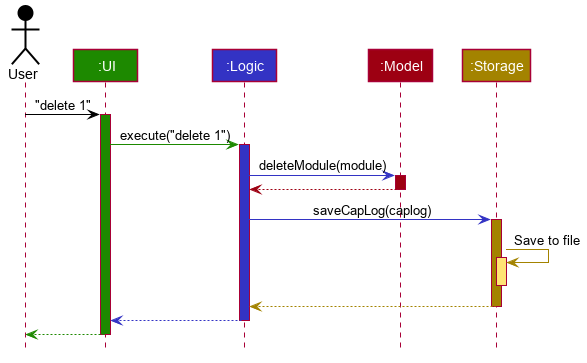
Before: docs/images/ArchitectureSequenceDiagram.png, a diagram exported from PlantUML (nus-cs2103-AY1920S1/addressbook-level3).
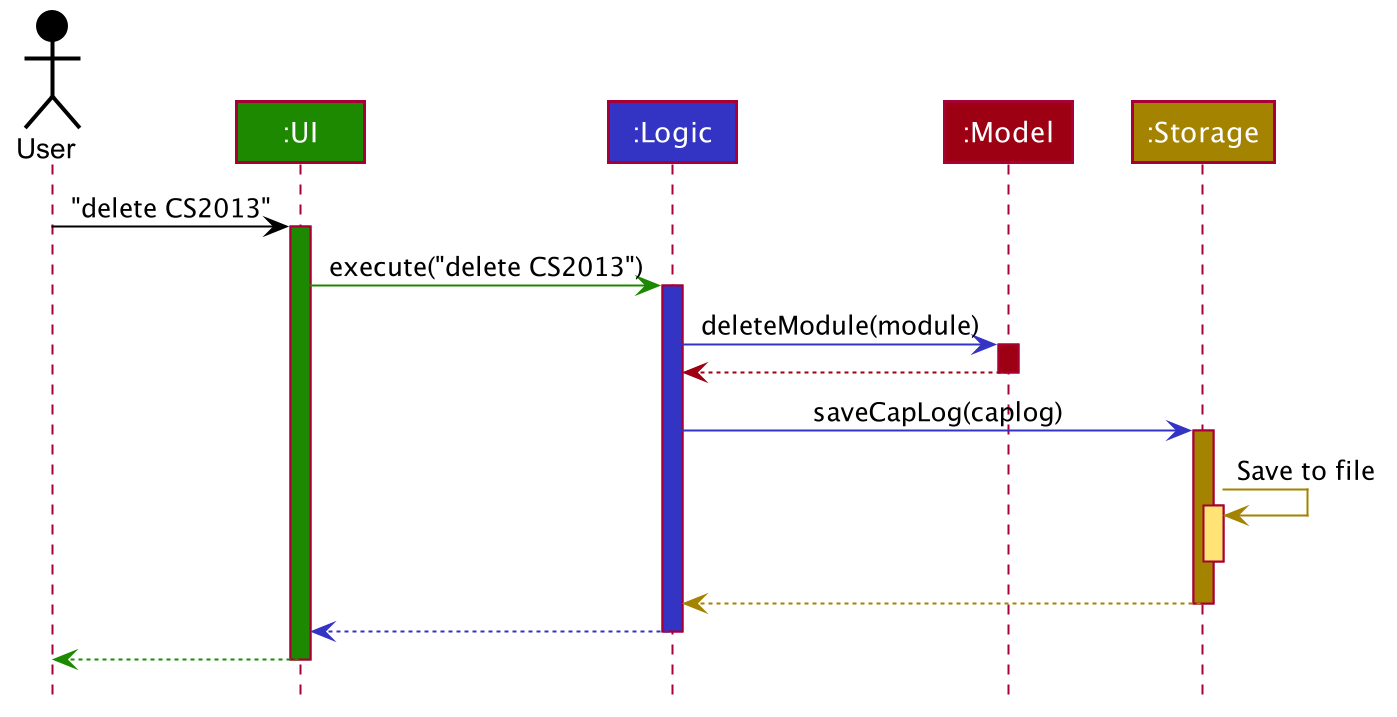
Above is the later version.

Change to the diagram source:
```diff
@@ -54,10 +54,10 @@
 Participant ":Model" as model #9D0012
 Participant ":Storage" as storage #A38300
 
-user -[#000000]> ui : "delete 1"
+user -[#000000]> ui : "delete CS2013"
 activate ui #1D8900
 
-ui -[#1D8900]> logic : execute("delete 1")
+ui -[#1D8900]> logic : execute("delete CS2013")
 activate logic #3333C4
 
 logic -[#3333C4]> model : deleteModule(module)
```
